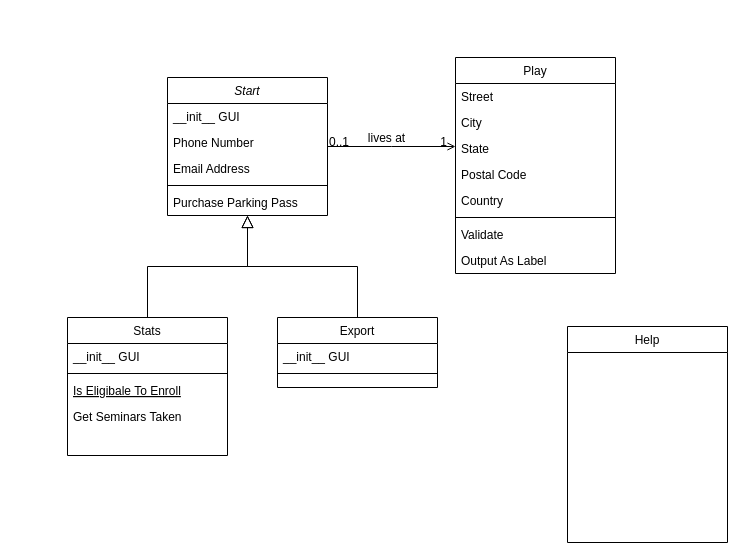
Jamman72341/01_Temperature keeps this draw.io diagram as program structure.drawio. Above is the earlier version. Source tidied: cells renumbered, new cells numbered last; positions are measured from the earlier drawing's top-left corner, leaving out a move shared by most shapes. Both pictures are drawn from the tidied source at 100%, with x=0, y=0 at pixel (67, 57).
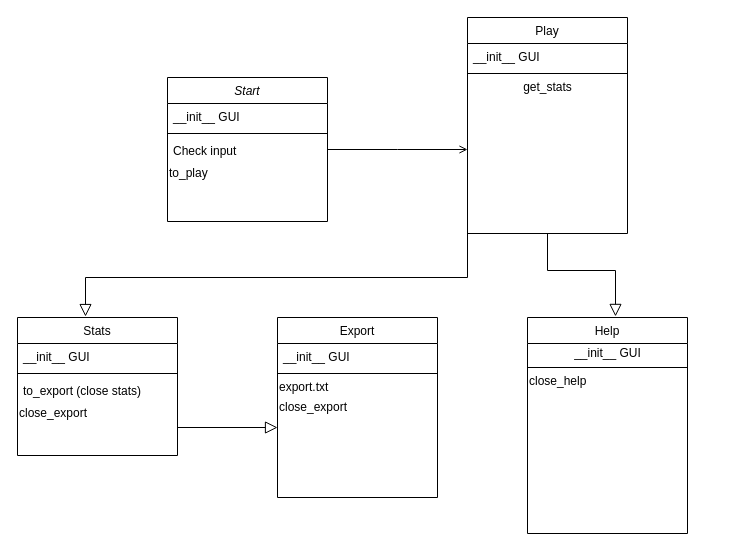
The same diagram, later.

Unchanged cells that the change refers to:
```xml
<mxCell id="18" style="endArrow=open;shadow=0;strokeWidth=1;strokeColor=#000000;rounded=0;endFill=1;edgeStyle=elbowEdgeStyle;elbow=vertical;" parent="1" edge="1" source="2" target="22">
  <mxGeometry x="0.5" y="41" relative="1" as="geometry">
    <mxPoint x="-40" y="32" as="offset" />
  </mxGeometry>
</mxCell>
```

Change to the diagram source:
```diff
@@
     <mxCell id="2" value="Start" style="swimlane;fontStyle=2;align=center;verticalAlign=top;horizontal=1;startSize=26;rounded=0;shadow=0;strokeWidth=1;" parent="1" vertex="1">
-      <mxGeometry x="100" y="20" width="160" height="138" as="geometry" />
+      <mxGeometry x="100" y="20" width="160" height="144" as="geometry" />
     </mxCell>
@@
+    <mxCell id="6" style="line;html=1;strokeWidth=1;align=left;verticalAlign=middle;spacingTop=-1;spacingLeft=3;spacingRight=3;labelPosition=right;" parent="2" vertex="1">
+      <mxGeometry y="52" width="160" height="8" as="geometry" />
+    </mxCell>
-    <mxCell id="4" value="Phone Number" style="text;align=left;verticalAlign=top;spacingLeft=4;spacingRight=4;overflow=hidden;rounded=0;shadow=0;html=0;" parent="2" vertex="1">
-      <mxGeometry y="52" width="160" height="26" as="geometry" />
+    <mxCell id="4" value="Check input" style="text;align=left;verticalAlign=top;spacingLeft=4;spacingRight=4;overflow=hidden;rounded=0;shadow=0;html=0;" parent="2" vertex="1">
+      <mxGeometry y="60" width="160" height="26" as="geometry" />
     </mxCell>
-    <mxCell id="5" value="Email Address" style="text;align=left;verticalAlign=top;spacingLeft=4;spacingRight=4;overflow=hidden;rounded=0;shadow=0;html=0;" parent="2" vertex="1">
-      <mxGeometry y="78" width="160" height="26" as="geometry" />
-    </mxCell>
-    <mxCell id="6" style="line;html=1;strokeWidth=1;align=left;verticalAlign=middle;spacingTop=-1;spacingLeft=3;spacingRight=3;labelPosition=right;" parent="2" vertex="1">
-      <mxGeometry y="104" width="160" height="8" as="geometry" />
-    </mxCell>
-    <mxCell id="7" value="Purchase Parking Pass" style="text;align=left;verticalAlign=top;spacingLeft=4;spacingRight=4;overflow=hidden;" parent="2" vertex="1">
-      <mxGeometry y="112" width="160" height="26" as="geometry" />
-    </mxCell>
-    <mxCell id="8" value="Stats" style="swimlane;fontStyle=0;align=center;verticalAlign=top;horizontal=1;startSize=26;rounded=0;shadow=0;strokeWidth=1;" parent="1" vertex="1">
-      <mxGeometry y="260" width="160" height="138" as="geometry" />
-    </mxCell>
-    <mxCell id="9" value="__init__ GUI" style="text;align=left;verticalAlign=top;spacingLeft=4;spacingRight=4;overflow=hidden;rounded=0;shadow=0;html=0;" parent="8" vertex="1">
-      <mxGeometry y="26" width="160" height="26" as="geometry" />
-    </mxCell>
-    <mxCell id="10" style="line;html=1;strokeWidth=1;align=left;verticalAlign=middle;spacingTop=-1;spacingLeft=3;spacingRight=3;labelPosition=right;" parent="8" vertex="1">
-      <mxGeometry y="52" width="160" height="8" as="geometry" />
-    </mxCell>
-    <mxCell id="11" value="Is Eligibale To Enroll" style="text;align=left;verticalAlign=top;spacingLeft=4;spacingRight=4;overflow=hidden;fontStyle=4;" parent="8" vertex="1">
-      <mxGeometry y="60" width="160" height="26" as="geometry" />
-    </mxCell>
-    <mxCell id="12" value="Get Seminars Taken" style="text;align=left;verticalAlign=top;spacingLeft=4;spacingRight=4;overflow=hidden;" parent="8" vertex="1">
-      <mxGeometry y="86" width="160" height="26" as="geometry" />
-    </mxCell>
+    <mxCell id="32" value="to_play" style="text;html=1;align=left;verticalAlign=middle;" parent="2" vertex="1">
+      <mxGeometry y="86" width="160" height="20" as="geometry" />
+    </mxCell>
-    <mxCell id="13" style="endArrow=block;endSize=10;endFill=0;shadow=0;strokeWidth=1;rounded=0;edgeStyle=elbowEdgeStyle;elbow=vertical;" parent="1" edge="1" source="8" target="2">
-      <mxGeometry relative="1" as="geometry" />
+    <mxCell id="13" style="endArrow=block;endSize=10;endFill=0;shadow=0;strokeWidth=1;rounded=0;edgeStyle=elbowEdgeStyle;elbow=vertical;exitX=1;exitY=0.5;exitDx=0;exitDy=0;" parent="1" edge="1">
+      <mxGeometry relative="1" as="geometry">
+        <mxPoint x="110" y="333" as="sourcePoint" />
+        <mxPoint x="210" y="370" as="targetPoint" />
+        <Array as="points">
+          <mxPoint x="100" y="370" />
+        </Array>
+      </mxGeometry>
     </mxCell>
     <mxCell id="14" value="Export" style="swimlane;fontStyle=0;align=center;verticalAlign=top;horizontal=1;startSize=26;rounded=0;shadow=0;strokeWidth=1;" parent="1" vertex="1">
-      <mxGeometry x="210" y="260" width="160" height="70" as="geometry" />
+      <mxGeometry x="210" y="260" width="160" height="180" as="geometry" />
     </mxCell>
@@
+    <mxCell id="33" value="export.txt" style="text;html=1;align=left;verticalAlign=middle;" parent="14" vertex="1">
+      <mxGeometry y="60" width="160" height="20" as="geometry" />
+    </mxCell>
+    <mxCell id="34" value="close_export" style="text;html=1;align=left;verticalAlign=middle;" parent="14" vertex="1">
+      <mxGeometry y="80" width="160" height="20" as="geometry" />
+    </mxCell>
-    <mxCell id="17" style="endArrow=block;endSize=10;endFill=0;shadow=0;strokeWidth=1;rounded=0;edgeStyle=elbowEdgeStyle;elbow=vertical;" parent="1" edge="1" source="14" target="2">
-      <mxGeometry relative="1" as="geometry" />
+    <mxCell id="17" style="endArrow=block;endSize=10;endFill=0;shadow=0;strokeWidth=1;rounded=0;edgeStyle=elbowEdgeStyle;elbow=vertical;entryX=0.425;entryY=-0.007;entryDx=0;entryDy=0;entryPerimeter=0;exitX=0;exitY=0.75;exitDx=0;exitDy=0;" parent="1" edge="1" source="22" target="8">
+      <mxGeometry relative="1" as="geometry">
+        <Array as="points">
+          <mxPoint x="370" y="220" />
+          <mxPoint x="180" y="212" />
+          <mxPoint x="180" y="212" />
+        </Array>
+      </mxGeometry>
     </mxCell>
@@
-    <mxCell id="19" value="0..1" style="align=left;verticalAlign=bottom;labelBackgroundColor=none;fontSize=12;" parent="18" vertex="1">
-      <mxGeometry x="-1" relative="1" as="geometry">
-        <mxPoint y="4" as="offset" />
-      </mxGeometry>
-    </mxCell>
-    <mxCell id="20" value="1" style="align=right;verticalAlign=bottom;labelBackgroundColor=none;fontSize=12;" parent="18" vertex="1">
-      <mxGeometry x="1" relative="1" as="geometry">
-        <mxPoint x="-7" y="4" as="offset" />
-      </mxGeometry>
-    </mxCell>
-    <mxCell id="21" value="lives at" style="text;html=1;align=center;verticalAlign=middle;labelBackgroundColor=none;rounded=0;shadow=0;strokeWidth=1;fontSize=12;" parent="18" vertex="1">
-      <mxGeometry x="0.5" y="49" relative="1" as="geometry">
-        <mxPoint x="-38" y="40" as="offset" />
-      </mxGeometry>
-    </mxCell>
+    <mxCell id="31" value="Help" style="swimlane;fontStyle=0;align=center;verticalAlign=top;horizontal=1;startSize=26;rounded=0;shadow=0;strokeWidth=1;" parent="1" vertex="1">
+      <mxGeometry x="460" y="260" width="160" height="216" as="geometry" />
+    </mxCell>
+    <mxCell id="35" value="__init__ GUI" style="text;html=1;align=center;verticalAlign=middle;" parent="31" vertex="1">
+      <mxGeometry y="26" width="160" height="20" as="geometry" />
+    </mxCell>
+    <mxCell id="36" style="line;html=1;strokeWidth=1;align=left;verticalAlign=middle;spacingTop=-1;spacingLeft=3;spacingRight=3;labelPosition=right;" parent="31" vertex="1">
+      <mxGeometry y="46" width="160" height="8" as="geometry" />
+    </mxCell>
+    <mxCell id="37" value="close_help" style="text;html=1;align=left;verticalAlign=middle;" parent="31" vertex="1">
+      <mxGeometry y="54" width="160" height="20" as="geometry" />
+    </mxCell>
+    <mxCell id="8" value="Stats" style="swimlane;fontStyle=0;align=center;verticalAlign=top;horizontal=1;startSize=26;rounded=0;shadow=0;strokeWidth=1;" parent="1" vertex="1">
+      <mxGeometry x="-50" y="260" width="160" height="138" as="geometry" />
+    </mxCell>
+    <mxCell id="9" value="__init__ GUI" style="text;align=left;verticalAlign=top;spacingLeft=4;spacingRight=4;overflow=hidden;rounded=0;shadow=0;html=0;" parent="8" vertex="1">
+      <mxGeometry y="26" width="160" height="26" as="geometry" />
+    </mxCell>
+    <mxCell id="10" style="line;html=1;strokeWidth=1;align=left;verticalAlign=middle;spacingTop=-1;spacingLeft=3;spacingRight=3;labelPosition=right;" parent="8" vertex="1">
+      <mxGeometry y="52" width="160" height="8" as="geometry" />
+    </mxCell>
+    <mxCell id="12" value="to_export (close stats)" style="text;align=left;verticalAlign=top;spacingLeft=4;spacingRight=4;overflow=hidden;" parent="8" vertex="1">
+      <mxGeometry y="60" width="160" height="26" as="geometry" />
+    </mxCell>
+    <mxCell id="38" value="close_export" style="text;html=1;align=left;verticalAlign=middle;" parent="8" vertex="1">
+      <mxGeometry y="86" width="160" height="20" as="geometry" />
+    </mxCell>
+    <mxCell id="39" style="endArrow=block;endSize=10;endFill=0;shadow=0;strokeWidth=1;rounded=0;edgeStyle=elbowEdgeStyle;elbow=vertical;exitX=1;exitY=0.5;exitDx=0;exitDy=0;entryX=0.55;entryY=-0.005;entryDx=0;entryDy=0;entryPerimeter=0;" parent="1" edge="1" target="31">
+      <mxGeometry relative="1" as="geometry">
+        <mxPoint x="480" y="176" as="sourcePoint" />
+        <Array as="points">
+          <mxPoint x="470" y="213" />
+        </Array>
+      </mxGeometry>
+    </mxCell>
     <mxCell id="22" value="Play" style="swimlane;fontStyle=0;align=center;verticalAlign=top;horizontal=1;startSize=26;rounded=0;shadow=0;strokeWidth=1;" parent="1" vertex="1">
-      <mxGeometry x="388" width="160" height="216" as="geometry" />
+      <mxGeometry x="400" y="-40" width="160" height="216" as="geometry" />
     </mxCell>
-    <mxCell id="23" value="Street" style="text;align=left;verticalAlign=top;spacingLeft=4;spacingRight=4;overflow=hidden;" parent="22" vertex="1">
-      <mxGeometry y="26" width="160" height="26" as="geometry" />
-    </mxCell>
-    <mxCell id="24" value="City" style="text;align=left;verticalAlign=top;spacingLeft=4;spacingRight=4;overflow=hidden;rounded=0;shadow=0;html=0;" parent="22" vertex="1">
-      <mxGeometry y="52" width="160" height="26" as="geometry" />
+    <mxCell id="24" value="__init__ GUI" style="text;align=left;verticalAlign=top;spacingLeft=4;spacingRight=4;overflow=hidden;rounded=0;shadow=0;html=0;" parent="22" vertex="1">
+      <mxGeometry y="26" width="160" height="26" as="geometry" />
     </mxCell>
-    <mxCell id="25" value="State" style="text;align=left;verticalAlign=top;spacingLeft=4;spacingRight=4;overflow=hidden;rounded=0;shadow=0;html=0;" parent="22" vertex="1">
-      <mxGeometry y="78" width="160" height="26" as="geometry" />
-    </mxCell>
-    <mxCell id="26" value="Postal Code" style="text;align=left;verticalAlign=top;spacingLeft=4;spacingRight=4;overflow=hidden;rounded=0;shadow=0;html=0;" parent="22" vertex="1">
-      <mxGeometry y="104" width="160" height="26" as="geometry" />
-    </mxCell>
-    <mxCell id="27" value="Country" style="text;align=left;verticalAlign=top;spacingLeft=4;spacingRight=4;overflow=hidden;rounded=0;shadow=0;html=0;" parent="22" vertex="1">
-      <mxGeometry y="130" width="160" height="26" as="geometry" />
-    </mxCell>
     <mxCell id="28" style="line;html=1;strokeWidth=1;align=left;verticalAlign=middle;spacingTop=-1;spacingLeft=3;spacingRight=3;labelPosition=right;" parent="22" vertex="1">
-      <mxGeometry y="156" width="160" height="8" as="geometry" />
+      <mxGeometry y="52" width="160" height="8" as="geometry" />
     </mxCell>
-    <mxCell id="29" value="Validate" style="text;align=left;verticalAlign=top;spacingLeft=4;spacingRight=4;overflow=hidden;" parent="22" vertex="1">
-      <mxGeometry y="164" width="160" height="26" as="geometry" />
-    </mxCell>
-    <mxCell id="30" value="Output As Label" style="text;align=left;verticalAlign=top;spacingLeft=4;spacingRight=4;overflow=hidden;" parent="22" vertex="1">
-      <mxGeometry y="190" width="160" height="26" as="geometry" />
-    </mxCell>
-    <mxCell id="31" value="Help" style="swimlane;fontStyle=0;align=center;verticalAlign=top;horizontal=1;startSize=26;rounded=0;shadow=0;strokeWidth=1;" parent="1" vertex="1">
-      <mxGeometry x="500" y="269" width="160" height="216" as="geometry" />
-    </mxCell>
+    <mxCell id="40" value="get_stats" style="text;html=1;align=center;verticalAlign=middle;" parent="22" vertex="1">
+      <mxGeometry y="60" width="160" height="20" as="geometry" />
+    </mxCell>
```
